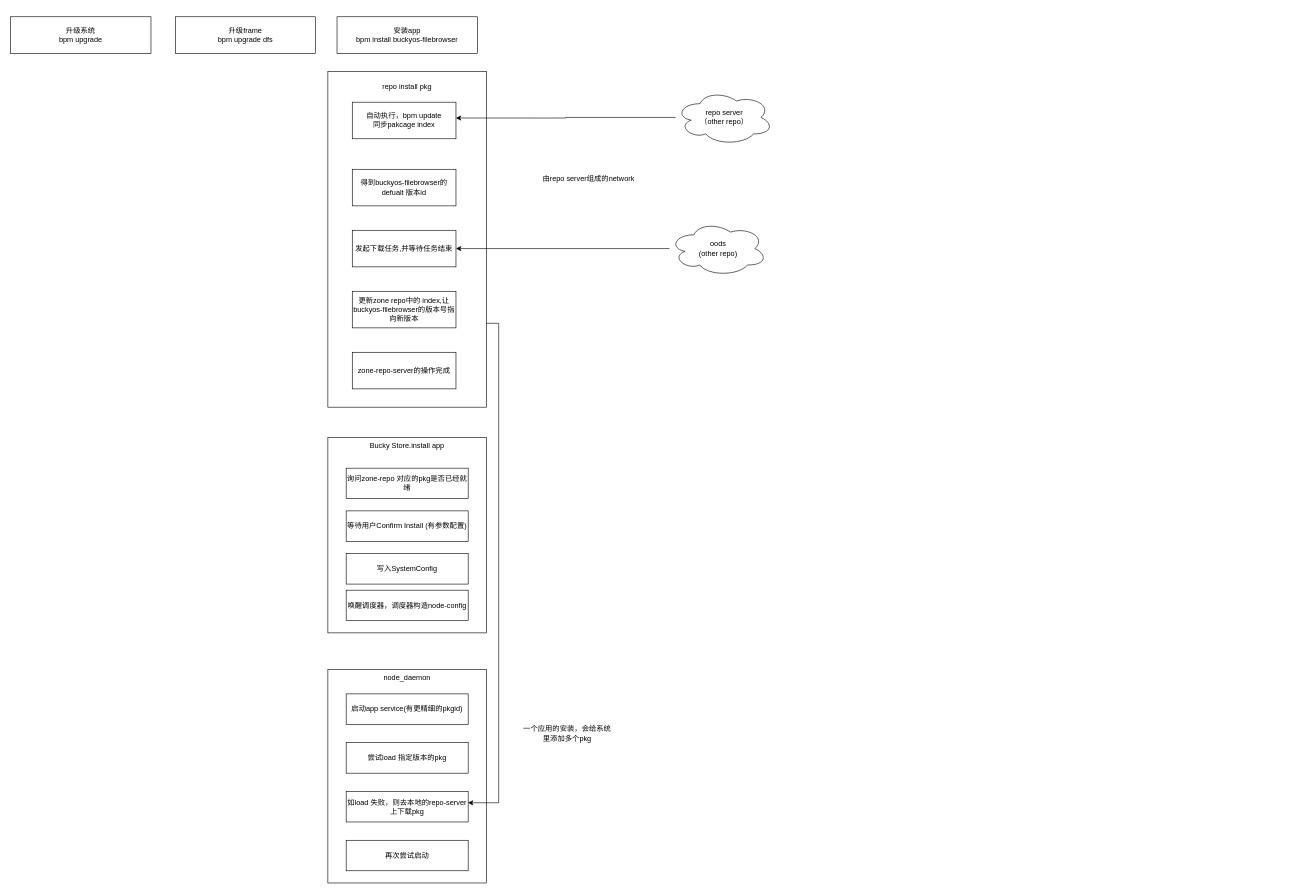
buckyos/buckyos keeps this draw.io diagram as page "pkg system" (13 of 14) of doc/BuckyOS Architecture.drawio. Above is the earlier version. Source tidied: cells renumbered, new cells numbered last; positions are measured from the earlier drawing's top-left corner, leaving out a move shared by most shapes. Both pictures are drawn from the tidied source at 61%, with x=0, y=0 at pixel (10, 16).
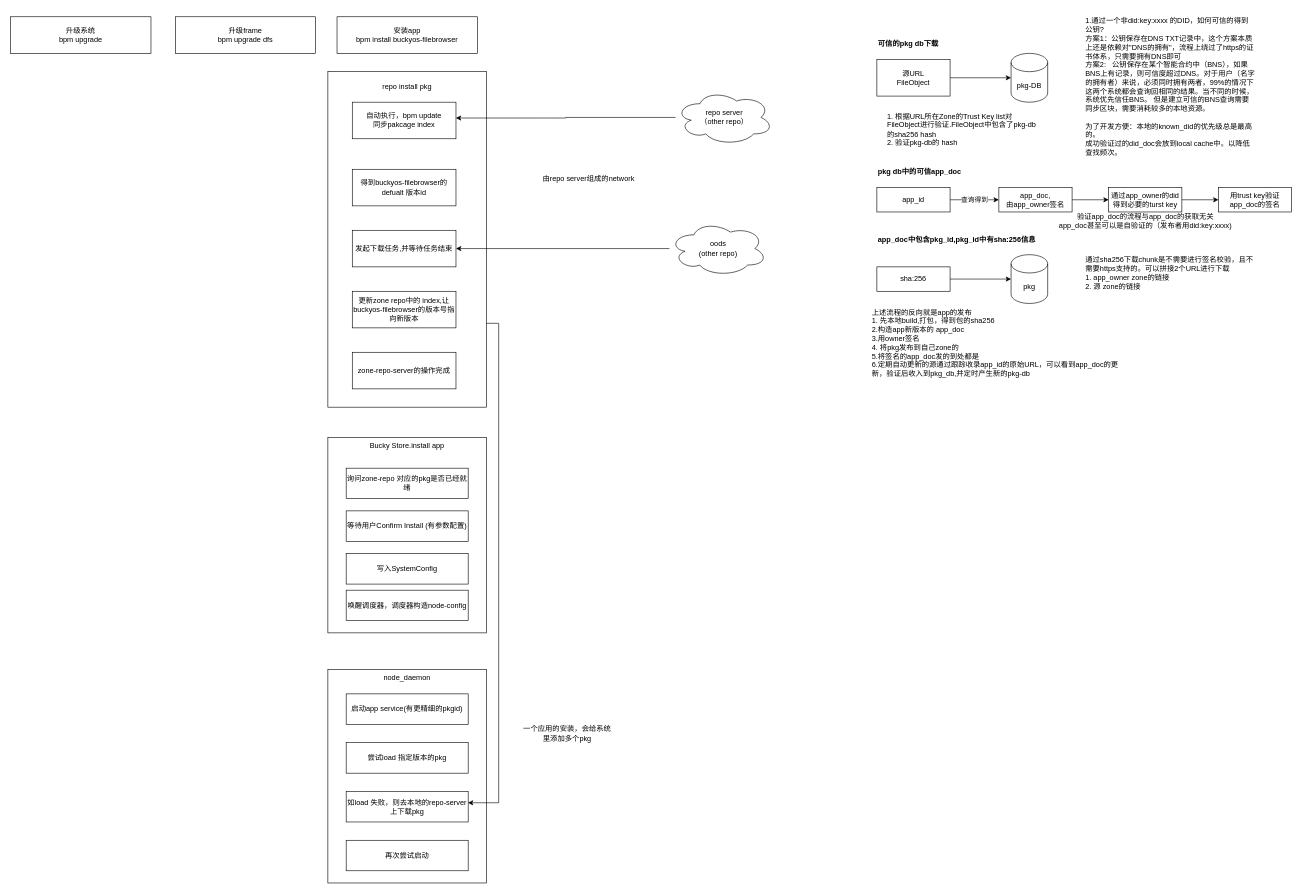
The same diagram, later.

What changed in the source:
```diff
@@
+    <mxCell id="29" value="可信的pkg db下载" style="text;html=1;align=left;verticalAlign=middle;whiteSpace=wrap;rounded=0;fontStyle=1;" parent="1" vertex="1">
+      <mxGeometry x="1420" y="30" width="180" height="30" as="geometry" />
+    </mxCell>
+    <mxCell id="30" style="edgeStyle=orthogonalEdgeStyle;rounded=0;jettySize=auto;html=1;exitX=1;exitY=0.5;exitDx=0;exitDy=0;" parent="1" edge="1" source="31" target="32">
+      <mxGeometry relative="1" as="geometry" />
+    </mxCell>
+    <mxCell id="31" value="源URL&lt;div&gt;FileObject&lt;/div&gt;" style="rounded=0;whiteSpace=wrap;html=1;" parent="1" vertex="1">
+      <mxGeometry x="1420" y="70" width="120" height="60" as="geometry" />
+    </mxCell>
+    <mxCell id="32" value="pkg-DB" style="shape=cylinder3;whiteSpace=wrap;html=1;boundedLbl=1;backgroundOutline=1;size=15;" parent="1" vertex="1">
+      <mxGeometry x="1640" y="60" width="60" height="80" as="geometry" />
+    </mxCell>
+    <mxCell id="33" value="1.通过一个非did:key:xxxx 的DID，如何可信的得到公钥?&amp;nbsp;&lt;div&gt;方案1：公钥保存在DNS TXT记录中，这个方案本质上还是依赖对&quot;DNS的拥有&quot;，流程上绕过了https的证书体系，只需要拥有DNS即可&lt;/div&gt;&lt;div&gt;方案2:&amp;nbsp; &amp;nbsp;公钥保存在某个智能合约中（BNS），如果BNS上有记录，则可信度超过DNS。对于用户（名字的拥有者）来说，必须同时拥有两者，99%的情况下这两个系统都会查询回相同的结果。当不同的时候，系统优先信任BNS。 但是建立可信的BNS查询需要同步区块，需要消耗较多的本地资源。&lt;/div&gt;&lt;div&gt;&lt;br&gt;&lt;/div&gt;&lt;div&gt;为了开发方便：本地的known_did的优先级总是最高的。&lt;/div&gt;&lt;div&gt;成功验证过的did_doc会放到local cache中。以降低查找频次。&lt;/div&gt;" style="text;html=1;align=left;verticalAlign=middle;whiteSpace=wrap;rounded=0;" parent="1" vertex="1">
+      <mxGeometry x="1760" y="-10" width="280" height="250" as="geometry" />
+    </mxCell>
+    <mxCell id="34" value="1. 根据URL所在Zone的Trust Key list对FileObject进行验证.FileObject中包含了pkg-db的sha256 hash&lt;div&gt;2. 验证pkg-db的 hash&lt;/div&gt;" style="text;html=1;align=left;verticalAlign=middle;whiteSpace=wrap;rounded=0;" parent="1" vertex="1">
+      <mxGeometry x="1435" y="150" width="250" height="70" as="geometry" />
+    </mxCell>
+    <mxCell id="35" value="pkg db中的可信app_doc" style="text;html=1;align=left;verticalAlign=middle;whiteSpace=wrap;rounded=0;fontStyle=1;" parent="1" vertex="1">
+      <mxGeometry x="1420" y="240" width="180" height="30" as="geometry" />
+    </mxCell>
+    <mxCell id="36" value="查询得到" style="edgeStyle=orthogonalEdgeStyle;rounded=0;jettySize=auto;html=1;exitX=1;exitY=0.5;exitDx=0;exitDy=0;entryX=0;entryY=0.5;entryDx=0;entryDy=0;" parent="1" edge="1" source="37" target="39">
+      <mxGeometry relative="1" as="geometry" />
+    </mxCell>
+    <mxCell id="37" value="app_id" style="rounded=0;whiteSpace=wrap;html=1;" parent="1" vertex="1">
+      <mxGeometry x="1420" y="280" width="120" height="40" as="geometry" />
+    </mxCell>
+    <mxCell id="38" style="edgeStyle=orthogonalEdgeStyle;rounded=0;jettySize=auto;html=1;exitX=1;exitY=0.5;exitDx=0;exitDy=0;entryX=0;entryY=0.5;entryDx=0;entryDy=0;" parent="1" edge="1" source="39" target="41">
+      <mxGeometry relative="1" as="geometry" />
+    </mxCell>
+    <mxCell id="39" value="app_doc,&lt;div&gt;由app_owner签名&lt;/div&gt;" style="rounded=0;whiteSpace=wrap;html=1;" parent="1" vertex="1">
+      <mxGeometry x="1620" y="280" width="120" height="40" as="geometry" />
+    </mxCell>
+    <mxCell id="40" style="edgeStyle=orthogonalEdgeStyle;rounded=0;jettySize=auto;html=1;exitX=1;exitY=0.5;exitDx=0;exitDy=0;" parent="1" edge="1" source="41" target="42">
+      <mxGeometry relative="1" as="geometry" />
+    </mxCell>
+    <mxCell id="41" value="通过app_owner的did得到必要的turst key" style="rounded=0;whiteSpace=wrap;html=1;" parent="1" vertex="1">
+      <mxGeometry x="1800" y="280" width="120" height="40" as="geometry" />
+    </mxCell>
+    <mxCell id="42" value="用trust key验证app_doc的签名" style="rounded=0;whiteSpace=wrap;html=1;" parent="1" vertex="1">
+      <mxGeometry x="1980" y="280" width="120" height="40" as="geometry" />
+    </mxCell>
+    <mxCell id="43" value="app_doc中包含pkg_id,pkg_id中有sha:256信息" style="text;html=1;align=left;verticalAlign=middle;whiteSpace=wrap;rounded=0;fontStyle=1;" parent="1" vertex="1">
+      <mxGeometry x="1420" y="350" width="280" height="30" as="geometry" />
+    </mxCell>
+    <mxCell id="44" value="sha:256" style="rounded=0;whiteSpace=wrap;html=1;" parent="1" vertex="1">
+      <mxGeometry x="1420" y="410" width="120" height="40" as="geometry" />
+    </mxCell>
+    <mxCell id="45" value="pkg" style="shape=cylinder3;whiteSpace=wrap;html=1;boundedLbl=1;backgroundOutline=1;size=15;" parent="1" vertex="1">
+      <mxGeometry x="1640" y="390" width="60" height="80" as="geometry" />
+    </mxCell>
+    <mxCell id="46" style="edgeStyle=orthogonalEdgeStyle;rounded=0;jettySize=auto;html=1;entryX=0;entryY=0.5;entryDx=0;entryDy=0;entryPerimeter=0;" parent="1" edge="1" source="44" target="45">
+      <mxGeometry relative="1" as="geometry" />
+    </mxCell>
+    <mxCell id="47" value="通过sha256下载chunk是不需要进行签名校验，且不需要https支持的。可以拼接2个URL进行下载&lt;div&gt;1. app_owner zone的链接&lt;/div&gt;&lt;div&gt;2. 源 zone的链接&lt;/div&gt;" style="text;html=1;align=left;verticalAlign=middle;whiteSpace=wrap;rounded=0;" parent="1" vertex="1">
+      <mxGeometry x="1760" y="390" width="280" height="60" as="geometry" />
+    </mxCell>
+    <mxCell id="48" value="上述流程的反向就是app的发布&lt;div&gt;1. 先本地build,打包，得到包的sha256&lt;/div&gt;&lt;div&gt;2.构造app新版本的 app_doc&lt;/div&gt;&lt;div&gt;3.用owner签名&lt;/div&gt;&lt;div&gt;4. 将pkg发布到自己zone的&lt;/div&gt;&lt;div&gt;5.将签名的app_doc发的到处都是&lt;/div&gt;&lt;div&gt;6.定期自动更新的源通过跟踪收录app_id的原始URL，可以看到app_doc的更新，验证后收入到pkg_db,并定时产生新的pkg-db&lt;/div&gt;" style="text;html=1;align=left;verticalAlign=middle;whiteSpace=wrap;rounded=0;" parent="1" vertex="1">
+      <mxGeometry x="1410" y="470" width="420" height="130" as="geometry" />
+    </mxCell>
+    <mxCell id="49" value="验证app_doc的流程与app_doc的获取无关&lt;div&gt;app_doc甚至可以是自验证的（发布者用did:key:xxxx)&lt;/div&gt;" style="text;html=1;align=center;verticalAlign=middle;whiteSpace=wrap;rounded=0;" parent="1" vertex="1">
+      <mxGeometry x="1707.5" y="320" width="305" height="30" as="geometry" />
+    </mxCell>
```
